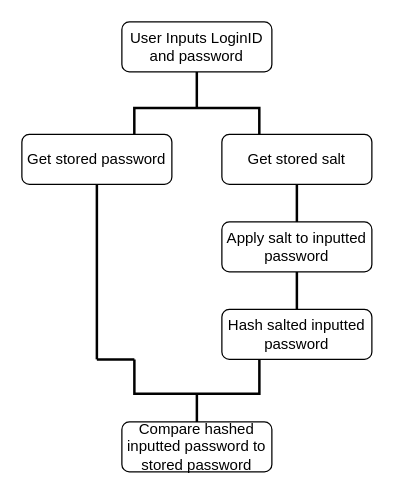
The draw.io diagram DDD_UserLogin.drawio in mpanks/Flowcharts, before the edit. Source tidied: cells renumbered, new cells numbered last; positions are measured from the earlier drawing's top-left corner, leaving out a move shared by most shapes. Both pictures are drawn from the tidied source at 125%, with x=0, y=0 at pixel (21, 21).
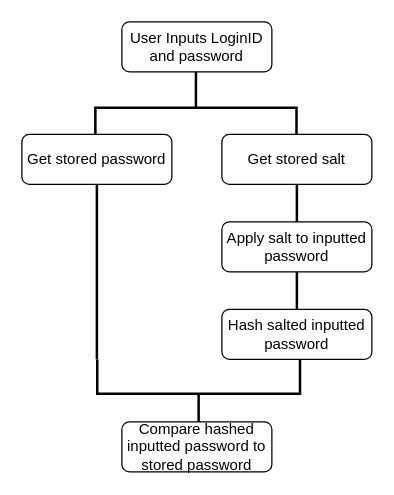
The same diagram, later.

Diff of the diagram source:
```diff
@@
 <mxGraphModel>
   <root>
     <mxCell id="0" />
     <mxCell id="1" parent="0" />
+    <mxCell id="3" style="line;strokeWidth=2;direction=south;html=1;" parent="1" vertex="1">
+      <mxGeometry x="55" y="110" width="10" height="160" as="geometry" />
+    </mxCell>
     <mxCell id="2" style="strokeWidth=2;html=1;shape=mxgraph.flowchart.annotation_2;align=left;labelPosition=right;rotation=-90;" parent="1" vertex="1">
-      <mxGeometry x="112.5" y="247.5" width="55" height="100" as="geometry" />
+      <mxGeometry x="113.9" y="216.4" width="55" height="162.2" as="geometry" />
     </mxCell>
-    <mxCell id="3" style="line;strokeWidth=2;direction=south;html=1;" parent="1" vertex="1">
-      <mxGeometry x="55" y="110" width="10" height="160" as="geometry" />
-    </mxCell>
     <mxCell id="4" style="line;strokeWidth=2;direction=south;html=1;" parent="1" vertex="1">
       <mxGeometry x="215" y="100" width="10" height="160" as="geometry" />
     </mxCell>
     <mxCell id="5" style="strokeWidth=2;html=1;shape=mxgraph.flowchart.annotation_2;align=left;labelPosition=right;rotation=90;" parent="1" vertex="1">
-      <mxGeometry x="111.2" y="18.8" width="57.5" height="100" as="geometry" />
+      <mxGeometry x="110.5" y="-11.7" width="57.5" height="160.9" as="geometry" />
     </mxCell>
     <mxCell id="6" value="User Inputs LoginID and password" style="rounded=1;whiteSpace=wrap;html=1;fontSize=12;glass=0;strokeWidth=1;shadow=0;" parent="1" vertex="1">
       <mxGeometry x="80" width="120" height="40" as="geometry" />
     </mxCell>
     <mxCell id="7" value="Get stored salt" style="rounded=1;whiteSpace=wrap;html=1;fontSize=12;glass=0;strokeWidth=1;shadow=0;" parent="1" vertex="1">
       <mxGeometry x="160" y="90" width="120" height="40" as="geometry" />
     </mxCell>
     <mxCell id="8" value="Apply salt to inputted password" style="rounded=1;whiteSpace=wrap;html=1;fontSize=12;glass=0;strokeWidth=1;shadow=0;" parent="1" vertex="1">
       <mxGeometry x="160" y="160" width="120" height="40" as="geometry" />
     </mxCell>
     <mxCell id="9" value="Get stored password" style="rounded=1;whiteSpace=wrap;html=1;fontSize=12;glass=0;strokeWidth=1;shadow=0;" parent="1" vertex="1">
       <mxGeometry y="90" width="120" height="40" as="geometry" />
     </mxCell>
     <mxCell id="10" value="Hash salted inputted password" style="rounded=1;whiteSpace=wrap;html=1;fontSize=12;glass=0;strokeWidth=1;shadow=0;" parent="1" vertex="1">
       <mxGeometry x="160" y="230" width="120" height="40" as="geometry" />
     </mxCell>
     <mxCell id="11" value="Compare hashed inputted password to stored password" style="rounded=1;whiteSpace=wrap;html=1;fontSize=12;glass=0;strokeWidth=1;shadow=0;" parent="1" vertex="1">
       <mxGeometry x="80" y="320" width="120" height="40" as="geometry" />
     </mxCell>
-    <mxCell id="12" style="line;strokeWidth=2;direction=south;html=1;rotation=90;" parent="1" vertex="1">
-      <mxGeometry x="70" y="255" width="10" height="30" as="geometry" />
-    </mxCell>
   </root>
 </mxGraphModel>
```
